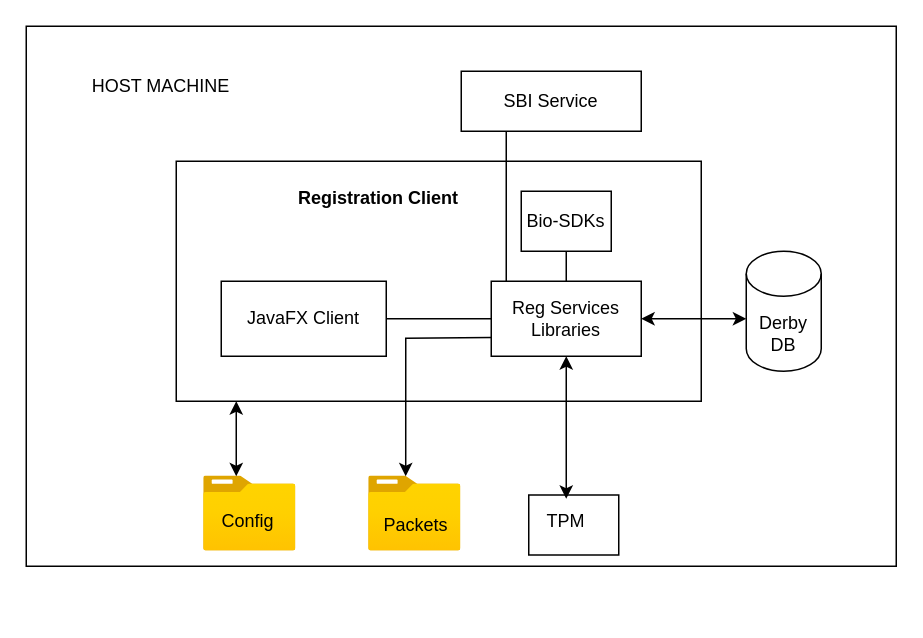
The draw.io diagram docs/_images/reg-client-host-machine.drawio in mosip/documentation, before the edit. Source tidied: cells renumbered, new cells numbered last; positions are measured from the earlier drawing's top-left corner, leaving out a move shared by most shapes. Both pictures are drawn from the tidied source at 150%, with x=0, y=0 at pixel (26, 26).
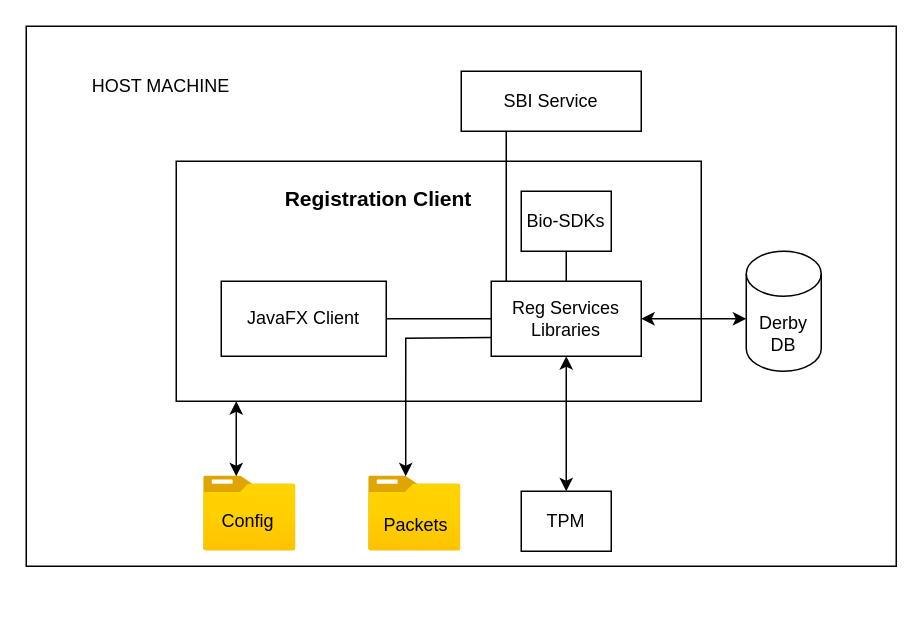
Above is the later version.

The change refers to these unchanged cells:
```xml
<mxCell id="7" value="Reg Services&lt;br&gt;Libraries" style="text;html=1;strokeColor=none;fillColor=none;align=center;verticalAlign=middle;whiteSpace=wrap;rounded=0;" parent="1" vertex="1">
  <mxGeometry x="310" y="170" width="100" height="50" as="geometry" />
</mxCell>
```

Diff of the diagram source:
```diff
@@
-    <mxCell id="9" value="&lt;b&gt;Registration Client&lt;/b&gt;" style="text;html=1;strokeColor=none;fillColor=none;align=center;verticalAlign=middle;whiteSpace=wrap;rounded=0;" parent="1" vertex="1">
+    <mxCell id="9" value="&lt;b&gt;&lt;font style=&quot;font-size: 14px&quot;&gt;Registration Client&lt;/font&gt;&lt;/b&gt;" style="text;html=1;strokeColor=none;fillColor=none;align=center;verticalAlign=middle;whiteSpace=wrap;rounded=0;" parent="1" vertex="1">
       <mxGeometry x="130" y="80" width="210" height="70" as="geometry" />
     </mxCell>
@@
-    <mxCell id="14" style="rounded=0;whiteSpace=wrap;html=1;" parent="1" vertex="1">
-      <mxGeometry x="335" y="312.5" width="60" height="40" as="geometry" />
+    <mxCell id="14" value="TPM" style="rounded=0;whiteSpace=wrap;html=1;" parent="1" vertex="1">
+      <mxGeometry x="330" y="310" width="60" height="40" as="geometry" />
     </mxCell>
-    <mxCell id="15" value="TPM" style="text;html=1;strokeColor=none;fillColor=none;align=center;verticalAlign=middle;whiteSpace=wrap;rounded=0;" parent="1" vertex="1">
-      <mxGeometry x="330" y="315" width="60" height="30" as="geometry" />
-    </mxCell>
-    <mxCell id="16" style="endArrow=classic;startArrow=classic;html=1;rounded=0;entryX=0.5;entryY=1;entryDx=0;entryDy=0;exitX=0.5;exitY=0;exitDx=0;exitDy=0;" parent="1" edge="1" source="15" target="7">
-      <mxGeometry relative="1" as="geometry" />
+    <mxCell id="16" style="endArrow=classic;startArrow=classic;html=1;rounded=0;entryX=0.5;entryY=1;entryDx=0;entryDy=0;" parent="1" edge="1" target="7">
+      <mxGeometry relative="1" as="geometry">
+        <mxPoint x="360" y="310" as="sourcePoint" />
+      </mxGeometry>
     </mxCell>
```
